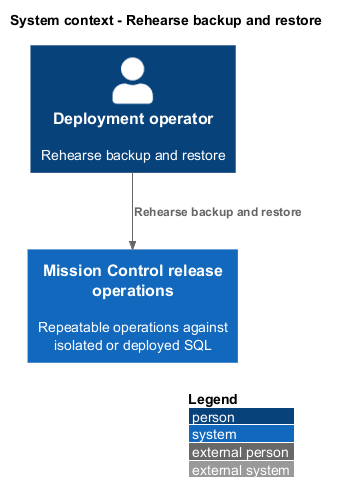
Above: docs/detailed-designs/operations/restore-data/diagrams/c4-context.png in QuinntyneBrown/mission-control (PlantUML), before the change. The source it was exported from:
```plantuml
@startuml
!include <C4/C4_Context>
LAYOUT_WITH_LEGEND()
title System context - Rehearse backup and restore
Person(actor, "Deployment operator", "Rehearse backup and restore")
System(ops, "Mission Control release operations", "Repeatable operations against isolated or deployed SQL")
Rel(actor, ops, "Rehearse backup and restore")
@enduml
```
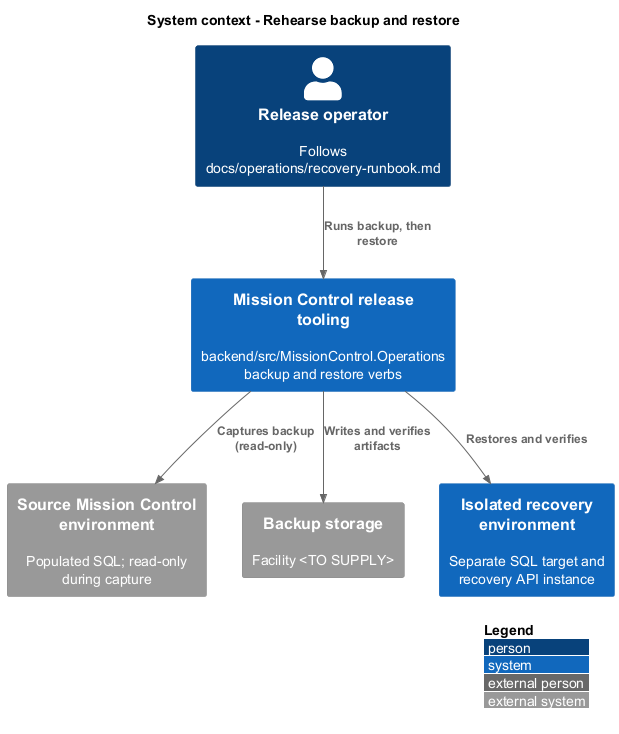
The same file after the commit.

Change to the diagram source:
```diff
@@ -2,7 +2,13 @@
 !include <C4/C4_Context>
 LAYOUT_WITH_LEGEND()
 title System context - Rehearse backup and restore
-Person(actor, "Deployment operator", "Rehearse backup and restore")
-System(ops, "Mission Control release operations", "Repeatable operations against isolated or deployed SQL")
-Rel(actor, ops, "Rehearse backup and restore")
+Person(actor, "Release operator", "Follows docs/operations/recovery-runbook.md")
+System(ops, "Mission Control release tooling", "backend/src/MissionControl.Operations backup and restore verbs")
+System_Ext(source, "Source Mission Control environment", "Populated SQL; read-only during capture")
+System_Ext(storage, "Backup storage", "Facility <TO SUPPLY>")
+System(rehearsal, "Isolated recovery environment", "Separate SQL target and recovery API instance")
+Rel(actor, ops, "Runs backup, then restore")
+Rel(ops, source, "Captures backup (read-only)")
+Rel(ops, storage, "Writes and verifies artifacts")
+Rel(ops, rehearsal, "Restores and verifies")
 @enduml
```
